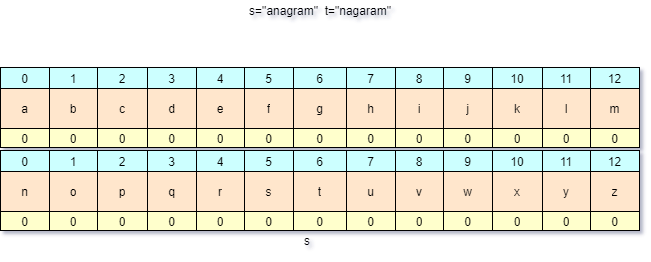
This is LE242.png from DaMingYue/Test, a draw.io export, as it was before one commit. Source tidied: cells renumbered, new cells last; positions are measured from the earlier drawing's top-left corner, leaving out a move shared by most shapes.
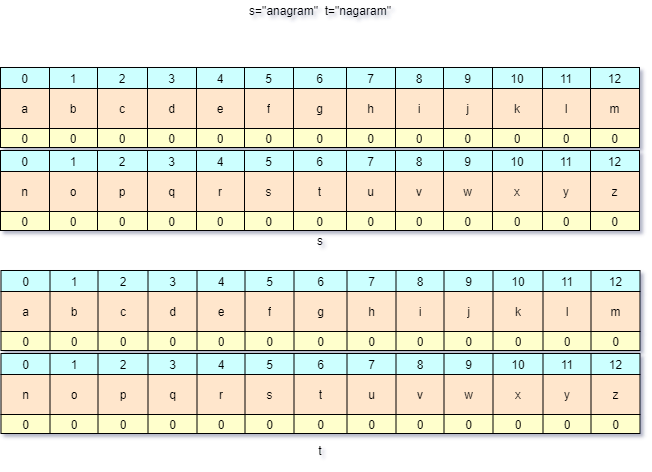
The same diagram one commit later.

Diff of the diagram source:
```diff
@@ -231,7 +231,7 @@
       <mxGeometry x="590" width="49" height="19" as="geometry" />
     </mxCell>
     <mxCell id="78" value="s" style="text;html=1;strokeColor=none;fillColor=none;align=center;verticalAlign=middle;whiteSpace=wrap;rounded=0;" parent="1" vertex="1">
-      <mxGeometry x="287" y="230" width="40" height="20" as="geometry" />
+      <mxGeometry x="299.5" y="230" width="40" height="20" as="geometry" />
     </mxCell>
     <mxCell id="79" style="shape=table;html=1;whiteSpace=wrap;startSize=0;fillColor=#FFE6CC;" parent="1" vertex="1">
       <mxGeometry y="171" width="639" height="40" as="geometry" />
@@ -278,5 +278,278 @@
     <mxCell id="93" value="z" style="shape=partialRectangle;html=1;whiteSpace=wrap;overflow=hidden;fillColor=none;top=0;left=0;bottom=0;right=0;" parent="80" vertex="1">
       <mxGeometry x="590" width="49" height="40" as="geometry" />
     </mxCell>
+    <mxCell id="94" value="t" style="text;html=1;strokeColor=none;fillColor=none;align=center;verticalAlign=middle;whiteSpace=wrap;rounded=0;" parent="1" vertex="1">
+      <mxGeometry x="299.5" y="440" width="40" height="20" as="geometry" />
+    </mxCell>
+    <mxCell id="95" style="shape=table;html=1;whiteSpace=wrap;startSize=0;fillColor=#FFE6CC;" parent="1" vertex="1">
+      <mxGeometry x="0.5" y="291" width="639" height="40" as="geometry" />
+    </mxCell>
+    <mxCell id="96" style="shape=partialRectangle;html=1;whiteSpace=wrap;fillColor=none;top=0;left=0;bottom=0;right=0;" parent="95" vertex="1">
+      <mxGeometry width="639" height="40" as="geometry" />
+    </mxCell>
+    <mxCell id="97" value="a" style="shape=partialRectangle;html=1;whiteSpace=wrap;overflow=hidden;fillColor=none;top=0;left=0;bottom=0;right=0;" parent="96" vertex="1">
+      <mxGeometry width="49" height="40" as="geometry" />
+    </mxCell>
+    <mxCell id="98" value="b" style="shape=partialRectangle;html=1;whiteSpace=wrap;overflow=hidden;fillColor=none;top=0;left=0;bottom=0;right=0;" parent="96" vertex="1">
+      <mxGeometry x="49" width="48" height="40" as="geometry" />
+    </mxCell>
+    <mxCell id="99" value="c" style="shape=partialRectangle;html=1;whiteSpace=wrap;overflow=hidden;fillColor=none;top=0;left=0;bottom=0;right=0;" parent="96" vertex="1">
+      <mxGeometry x="97" width="50" height="40" as="geometry" />
+    </mxCell>
+    <mxCell id="100" value="d" style="shape=partialRectangle;html=1;whiteSpace=wrap;overflow=hidden;fillColor=none;top=0;left=0;bottom=0;right=0;" parent="96" vertex="1">
+      <mxGeometry x="147" width="49" height="40" as="geometry" />
+    </mxCell>
+    <mxCell id="101" value="e" style="shape=partialRectangle;html=1;whiteSpace=wrap;overflow=hidden;fillColor=none;top=0;left=0;bottom=0;right=0;" parent="96" vertex="1">
+      <mxGeometry x="196" width="48" height="40" as="geometry" />
+    </mxCell>
+    <mxCell id="102" value="f" style="shape=partialRectangle;html=1;whiteSpace=wrap;overflow=hidden;fillColor=none;top=0;left=0;bottom=0;right=0;" parent="96" vertex="1">
+      <mxGeometry x="244" width="49" height="40" as="geometry" />
+    </mxCell>
+    <mxCell id="103" value="g" style="shape=partialRectangle;html=1;whiteSpace=wrap;overflow=hidden;fillColor=none;top=0;left=0;bottom=0;right=0;" parent="96" vertex="1">
+      <mxGeometry x="293" width="53" height="40" as="geometry" />
+    </mxCell>
+    <mxCell id="104" value="h" style="shape=partialRectangle;html=1;whiteSpace=wrap;overflow=hidden;fillColor=none;top=0;left=0;bottom=0;right=0;" parent="96" vertex="1">
+      <mxGeometry x="346" width="49" height="40" as="geometry" />
+    </mxCell>
+    <mxCell id="105" value="i" style="shape=partialRectangle;html=1;whiteSpace=wrap;overflow=hidden;fillColor=none;top=0;left=0;bottom=0;right=0;" parent="96" vertex="1">
+      <mxGeometry x="395" width="48" height="40" as="geometry" />
+    </mxCell>
+    <mxCell id="106" value="j" style="shape=partialRectangle;html=1;whiteSpace=wrap;overflow=hidden;fillColor=none;top=0;left=0;bottom=0;right=0;" parent="96" vertex="1">
+      <mxGeometry x="443" width="49" height="40" as="geometry" />
+    </mxCell>
+    <mxCell id="107" value="k" style="shape=partialRectangle;html=1;whiteSpace=wrap;overflow=hidden;fillColor=none;top=0;left=0;bottom=0;right=0;" parent="96" vertex="1">
+      <mxGeometry x="492" width="50" height="40" as="geometry" />
+    </mxCell>
+    <mxCell id="108" value="l" style="shape=partialRectangle;html=1;whiteSpace=wrap;overflow=hidden;fillColor=none;top=0;left=0;bottom=0;right=0;" parent="96" vertex="1">
+      <mxGeometry x="542" width="48" height="40" as="geometry" />
+    </mxCell>
+    <mxCell id="109" value="m" style="shape=partialRectangle;html=1;whiteSpace=wrap;overflow=hidden;fillColor=none;top=0;left=0;bottom=0;right=0;" parent="96" vertex="1">
+      <mxGeometry x="590" width="49" height="40" as="geometry" />
+    </mxCell>
+    <mxCell id="110" style="shape=table;html=1;whiteSpace=wrap;startSize=0;fillColor=#CCFFFF;" parent="1" vertex="1">
+      <mxGeometry x="0.5" y="270" width="639" height="21" as="geometry" />
+    </mxCell>
+    <mxCell id="111" style="shape=partialRectangle;html=1;whiteSpace=wrap;fillColor=none;top=0;left=0;bottom=0;right=0;" parent="110" vertex="1">
+      <mxGeometry width="639" height="21" as="geometry" />
+    </mxCell>
+    <mxCell id="112" value="0" style="shape=partialRectangle;html=1;whiteSpace=wrap;overflow=hidden;fillColor=none;top=0;left=0;bottom=0;right=0;" parent="111" vertex="1">
+      <mxGeometry width="49" height="21" as="geometry" />
+    </mxCell>
+    <mxCell id="113" value="1" style="shape=partialRectangle;html=1;whiteSpace=wrap;overflow=hidden;fillColor=none;top=0;left=0;bottom=0;right=0;" parent="111" vertex="1">
+      <mxGeometry x="49" width="48" height="21" as="geometry" />
+    </mxCell>
+    <mxCell id="114" value="2" style="shape=partialRectangle;html=1;whiteSpace=wrap;overflow=hidden;fillColor=none;top=0;left=0;bottom=0;right=0;" parent="111" vertex="1">
+      <mxGeometry x="97" width="50" height="21" as="geometry" />
+    </mxCell>
+    <mxCell id="115" value="3" style="shape=partialRectangle;html=1;whiteSpace=wrap;overflow=hidden;fillColor=none;top=0;left=0;bottom=0;right=0;" parent="111" vertex="1">
+      <mxGeometry x="147" width="49" height="21" as="geometry" />
+    </mxCell>
+    <mxCell id="116" value="4" style="shape=partialRectangle;html=1;whiteSpace=wrap;overflow=hidden;fillColor=none;top=0;left=0;bottom=0;right=0;" parent="111" vertex="1">
+      <mxGeometry x="196" width="48" height="21" as="geometry" />
+    </mxCell>
+    <mxCell id="117" value="5" style="shape=partialRectangle;html=1;whiteSpace=wrap;overflow=hidden;fillColor=none;top=0;left=0;bottom=0;right=0;" parent="111" vertex="1">
+      <mxGeometry x="244" width="49" height="21" as="geometry" />
+    </mxCell>
+    <mxCell id="118" value="6" style="shape=partialRectangle;html=1;whiteSpace=wrap;overflow=hidden;fillColor=none;top=0;left=0;bottom=0;right=0;" parent="111" vertex="1">
+      <mxGeometry x="293" width="53" height="21" as="geometry" />
+    </mxCell>
+    <mxCell id="119" value="7" style="shape=partialRectangle;html=1;whiteSpace=wrap;overflow=hidden;fillColor=none;top=0;left=0;bottom=0;right=0;" parent="111" vertex="1">
+      <mxGeometry x="346" width="49" height="21" as="geometry" />
+    </mxCell>
+    <mxCell id="120" value="8" style="shape=partialRectangle;html=1;whiteSpace=wrap;overflow=hidden;fillColor=none;top=0;left=0;bottom=0;right=0;" parent="111" vertex="1">
+      <mxGeometry x="395" width="48" height="21" as="geometry" />
+    </mxCell>
+    <mxCell id="121" value="9" style="shape=partialRectangle;html=1;whiteSpace=wrap;overflow=hidden;fillColor=none;top=0;left=0;bottom=0;right=0;" parent="111" vertex="1">
+      <mxGeometry x="443" width="49" height="21" as="geometry" />
+    </mxCell>
+    <mxCell id="122" value="10" style="shape=partialRectangle;html=1;whiteSpace=wrap;overflow=hidden;fillColor=none;top=0;left=0;bottom=0;right=0;" parent="111" vertex="1">
+      <mxGeometry x="492" width="50" height="21" as="geometry" />
+    </mxCell>
+    <mxCell id="123" value="11" style="shape=partialRectangle;html=1;whiteSpace=wrap;overflow=hidden;fillColor=none;top=0;left=0;bottom=0;right=0;" parent="111" vertex="1">
+      <mxGeometry x="542" width="48" height="21" as="geometry" />
+    </mxCell>
+    <mxCell id="124" value="12" style="shape=partialRectangle;html=1;whiteSpace=wrap;overflow=hidden;fillColor=none;top=0;left=0;bottom=0;right=0;" parent="111" vertex="1">
+      <mxGeometry x="590" width="49" height="21" as="geometry" />
+    </mxCell>
+    <mxCell id="125" style="shape=table;html=1;whiteSpace=wrap;startSize=0;fillColor=#FFFFCC;" parent="1" vertex="1">
+      <mxGeometry x="0.5" y="331" width="639" height="19" as="geometry" />
+    </mxCell>
+    <mxCell id="126" style="shape=partialRectangle;html=1;whiteSpace=wrap;fillColor=none;top=0;left=0;bottom=0;right=0;" parent="125" vertex="1">
+      <mxGeometry width="639" height="19" as="geometry" />
+    </mxCell>
+    <mxCell id="127" value="0" style="shape=partialRectangle;html=1;whiteSpace=wrap;overflow=hidden;fillColor=none;top=0;left=0;bottom=0;right=0;" parent="126" vertex="1">
+      <mxGeometry width="49" height="19" as="geometry" />
+    </mxCell>
+    <mxCell id="128" value="0" style="shape=partialRectangle;html=1;whiteSpace=wrap;overflow=hidden;fillColor=none;top=0;left=0;bottom=0;right=0;" parent="126" vertex="1">
+      <mxGeometry x="49" width="48" height="19" as="geometry" />
+    </mxCell>
+    <mxCell id="129" value="0" style="shape=partialRectangle;html=1;whiteSpace=wrap;overflow=hidden;fillColor=none;top=0;left=0;bottom=0;right=0;" parent="126" vertex="1">
+      <mxGeometry x="97" width="50" height="19" as="geometry" />
+    </mxCell>
+    <mxCell id="130" value="0" style="shape=partialRectangle;html=1;whiteSpace=wrap;overflow=hidden;fillColor=none;top=0;left=0;bottom=0;right=0;" parent="126" vertex="1">
+      <mxGeometry x="147" width="49" height="19" as="geometry" />
+    </mxCell>
+    <mxCell id="131" value="0" style="shape=partialRectangle;html=1;whiteSpace=wrap;overflow=hidden;fillColor=none;top=0;left=0;bottom=0;right=0;" parent="126" vertex="1">
+      <mxGeometry x="196" width="48" height="19" as="geometry" />
+    </mxCell>
+    <mxCell id="132" value="0" style="shape=partialRectangle;html=1;whiteSpace=wrap;overflow=hidden;fillColor=none;top=0;left=0;bottom=0;right=0;" parent="126" vertex="1">
+      <mxGeometry x="244" width="49" height="19" as="geometry" />
+    </mxCell>
+    <mxCell id="133" value="0" style="shape=partialRectangle;html=1;whiteSpace=wrap;overflow=hidden;fillColor=none;top=0;left=0;bottom=0;right=0;" parent="126" vertex="1">
+      <mxGeometry x="293" width="53" height="19" as="geometry" />
+    </mxCell>
+    <mxCell id="134" value="0" style="shape=partialRectangle;html=1;whiteSpace=wrap;overflow=hidden;fillColor=none;top=0;left=0;bottom=0;right=0;" parent="126" vertex="1">
+      <mxGeometry x="346" width="49" height="19" as="geometry" />
+    </mxCell>
+    <mxCell id="135" value="0" style="shape=partialRectangle;html=1;whiteSpace=wrap;overflow=hidden;fillColor=none;top=0;left=0;bottom=0;right=0;" parent="126" vertex="1">
+      <mxGeometry x="395" width="48" height="19" as="geometry" />
+    </mxCell>
+    <mxCell id="136" value="0" style="shape=partialRectangle;html=1;whiteSpace=wrap;overflow=hidden;fillColor=none;top=0;left=0;bottom=0;right=0;" parent="126" vertex="1">
+      <mxGeometry x="443" width="49" height="19" as="geometry" />
+    </mxCell>
+    <mxCell id="137" value="0" style="shape=partialRectangle;html=1;whiteSpace=wrap;overflow=hidden;fillColor=none;top=0;left=0;bottom=0;right=0;" parent="126" vertex="1">
+      <mxGeometry x="492" width="50" height="19" as="geometry" />
+    </mxCell>
+    <mxCell id="138" value="0" style="shape=partialRectangle;html=1;whiteSpace=wrap;overflow=hidden;fillColor=none;top=0;left=0;bottom=0;right=0;" parent="126" vertex="1">
+      <mxGeometry x="542" width="48" height="19" as="geometry" />
+    </mxCell>
+    <mxCell id="139" value="0" style="shape=partialRectangle;html=1;whiteSpace=wrap;overflow=hidden;fillColor=none;top=0;left=0;bottom=0;right=0;" parent="126" vertex="1">
+      <mxGeometry x="590" width="49" height="19" as="geometry" />
+    </mxCell>
+    <mxCell id="140" style="shape=table;html=1;whiteSpace=wrap;startSize=0;fillColor=#CCFFFF;" parent="1" vertex="1">
+      <mxGeometry x="0.5" y="353" width="639" height="21" as="geometry" />
+    </mxCell>
+    <mxCell id="141" style="shape=partialRectangle;html=1;whiteSpace=wrap;fillColor=none;top=0;left=0;bottom=0;right=0;" parent="140" vertex="1">
+      <mxGeometry width="639" height="21" as="geometry" />
+    </mxCell>
+    <mxCell id="142" value="0" style="shape=partialRectangle;html=1;whiteSpace=wrap;overflow=hidden;fillColor=none;top=0;left=0;bottom=0;right=0;" parent="141" vertex="1">
+      <mxGeometry width="49" height="21" as="geometry" />
+    </mxCell>
+    <mxCell id="143" value="1" style="shape=partialRectangle;html=1;whiteSpace=wrap;overflow=hidden;fillColor=none;top=0;left=0;bottom=0;right=0;" parent="141" vertex="1">
+      <mxGeometry x="49" width="48" height="21" as="geometry" />
+    </mxCell>
+    <mxCell id="144" value="2" style="shape=partialRectangle;html=1;whiteSpace=wrap;overflow=hidden;fillColor=none;top=0;left=0;bottom=0;right=0;" parent="141" vertex="1">
+      <mxGeometry x="97" width="50" height="21" as="geometry" />
+    </mxCell>
+    <mxCell id="145" value="3" style="shape=partialRectangle;html=1;whiteSpace=wrap;overflow=hidden;fillColor=none;top=0;left=0;bottom=0;right=0;" parent="141" vertex="1">
+      <mxGeometry x="147" width="49" height="21" as="geometry" />
+    </mxCell>
+    <mxCell id="146" value="4" style="shape=partialRectangle;html=1;whiteSpace=wrap;overflow=hidden;fillColor=none;top=0;left=0;bottom=0;right=0;" parent="141" vertex="1">
+      <mxGeometry x="196" width="48" height="21" as="geometry" />
+    </mxCell>
+    <mxCell id="147" value="5" style="shape=partialRectangle;html=1;whiteSpace=wrap;overflow=hidden;fillColor=none;top=0;left=0;bottom=0;right=0;" parent="141" vertex="1">
+      <mxGeometry x="244" width="49" height="21" as="geometry" />
+    </mxCell>
+    <mxCell id="148" value="6" style="shape=partialRectangle;html=1;whiteSpace=wrap;overflow=hidden;fillColor=none;top=0;left=0;bottom=0;right=0;" parent="141" vertex="1">
+      <mxGeometry x="293" width="53" height="21" as="geometry" />
+    </mxCell>
+    <mxCell id="149" value="7" style="shape=partialRectangle;html=1;whiteSpace=wrap;overflow=hidden;fillColor=none;top=0;left=0;bottom=0;right=0;" parent="141" vertex="1">
+      <mxGeometry x="346" width="49" height="21" as="geometry" />
+    </mxCell>
+    <mxCell id="150" value="8" style="shape=partialRectangle;html=1;whiteSpace=wrap;overflow=hidden;fillColor=none;top=0;left=0;bottom=0;right=0;" parent="141" vertex="1">
+      <mxGeometry x="395" width="48" height="21" as="geometry" />
+    </mxCell>
+    <mxCell id="151" value="9" style="shape=partialRectangle;html=1;whiteSpace=wrap;overflow=hidden;fillColor=none;top=0;left=0;bottom=0;right=0;" parent="141" vertex="1">
+      <mxGeometry x="443" width="49" height="21" as="geometry" />
+    </mxCell>
+    <mxCell id="152" value="10" style="shape=partialRectangle;html=1;whiteSpace=wrap;overflow=hidden;fillColor=none;top=0;left=0;bottom=0;right=0;" parent="141" vertex="1">
+      <mxGeometry x="492" width="50" height="21" as="geometry" />
+    </mxCell>
+    <mxCell id="153" value="11" style="shape=partialRectangle;html=1;whiteSpace=wrap;overflow=hidden;fillColor=none;top=0;left=0;bottom=0;right=0;" parent="141" vertex="1">
+      <mxGeometry x="542" width="48" height="21" as="geometry" />
+    </mxCell>
+    <mxCell id="154" value="12" style="shape=partialRectangle;html=1;whiteSpace=wrap;overflow=hidden;fillColor=none;top=0;left=0;bottom=0;right=0;" parent="141" vertex="1">
+      <mxGeometry x="590" width="49" height="21" as="geometry" />
+    </mxCell>
+    <mxCell id="155" style="shape=table;html=1;whiteSpace=wrap;startSize=0;fillColor=#FFFFCC;" parent="1" vertex="1">
+      <mxGeometry x="0.5" y="414" width="639" height="19" as="geometry" />
+    </mxCell>
+    <mxCell id="156" style="shape=partialRectangle;html=1;whiteSpace=wrap;fillColor=none;top=0;left=0;bottom=0;right=0;" parent="155" vertex="1">
+      <mxGeometry width="639" height="19" as="geometry" />
+    </mxCell>
+    <mxCell id="157" value="0" style="shape=partialRectangle;html=1;whiteSpace=wrap;overflow=hidden;fillColor=none;top=0;left=0;bottom=0;right=0;" parent="156" vertex="1">
+      <mxGeometry width="49" height="19" as="geometry" />
+    </mxCell>
+    <mxCell id="158" value="0" style="shape=partialRectangle;html=1;whiteSpace=wrap;overflow=hidden;fillColor=none;top=0;left=0;bottom=0;right=0;" parent="156" vertex="1">
+      <mxGeometry x="49" width="48" height="19" as="geometry" />
+    </mxCell>
+    <mxCell id="159" value="0" style="shape=partialRectangle;html=1;whiteSpace=wrap;overflow=hidden;fillColor=none;top=0;left=0;bottom=0;right=0;" parent="156" vertex="1">
+      <mxGeometry x="97" width="50" height="19" as="geometry" />
+    </mxCell>
+    <mxCell id="160" value="0" style="shape=partialRectangle;html=1;whiteSpace=wrap;overflow=hidden;fillColor=none;top=0;left=0;bottom=0;right=0;" parent="156" vertex="1">
+      <mxGeometry x="147" width="49" height="19" as="geometry" />
+    </mxCell>
+    <mxCell id="161" value="0" style="shape=partialRectangle;html=1;whiteSpace=wrap;overflow=hidden;fillColor=none;top=0;left=0;bottom=0;right=0;" parent="156" vertex="1">
+      <mxGeometry x="196" width="48" height="19" as="geometry" />
+    </mxCell>
+    <mxCell id="162" value="0" style="shape=partialRectangle;html=1;whiteSpace=wrap;overflow=hidden;fillColor=none;top=0;left=0;bottom=0;right=0;" parent="156" vertex="1">
+      <mxGeometry x="244" width="49" height="19" as="geometry" />
+    </mxCell>
+    <mxCell id="163" value="0" style="shape=partialRectangle;html=1;whiteSpace=wrap;overflow=hidden;fillColor=none;top=0;left=0;bottom=0;right=0;" parent="156" vertex="1">
+      <mxGeometry x="293" width="53" height="19" as="geometry" />
+    </mxCell>
+    <mxCell id="164" value="0" style="shape=partialRectangle;html=1;whiteSpace=wrap;overflow=hidden;fillColor=none;top=0;left=0;bottom=0;right=0;" parent="156" vertex="1">
+      <mxGeometry x="346" width="49" height="19" as="geometry" />
+    </mxCell>
+    <mxCell id="165" value="0" style="shape=partialRectangle;html=1;whiteSpace=wrap;overflow=hidden;fillColor=none;top=0;left=0;bottom=0;right=0;" parent="156" vertex="1">
+      <mxGeometry x="395" width="48" height="19" as="geometry" />
+    </mxCell>
+    <mxCell id="166" value="0" style="shape=partialRectangle;html=1;whiteSpace=wrap;overflow=hidden;fillColor=none;top=0;left=0;bottom=0;right=0;" parent="156" vertex="1">
+      <mxGeometry x="443" width="49" height="19" as="geometry" />
+    </mxCell>
+    <mxCell id="167" value="0" style="shape=partialRectangle;html=1;whiteSpace=wrap;overflow=hidden;fillColor=none;top=0;left=0;bottom=0;right=0;" parent="156" vertex="1">
+      <mxGeometry x="492" width="50" height="19" as="geometry" />
+    </mxCell>
+    <mxCell id="168" value="0" style="shape=partialRectangle;html=1;whiteSpace=wrap;overflow=hidden;fillColor=none;top=0;left=0;bottom=0;right=0;" parent="156" vertex="1">
+      <mxGeometry x="542" width="48" height="19" as="geometry" />
+    </mxCell>
+    <mxCell id="169" value="0" style="shape=partialRectangle;html=1;whiteSpace=wrap;overflow=hidden;fillColor=none;top=0;left=0;bottom=0;right=0;" parent="156" vertex="1">
+      <mxGeometry x="590" width="49" height="19" as="geometry" />
+    </mxCell>
+    <mxCell id="170" style="shape=table;html=1;whiteSpace=wrap;startSize=0;fillColor=#FFE6CC;" parent="1" vertex="1">
+      <mxGeometry x="0.5" y="374" width="639" height="40" as="geometry" />
+    </mxCell>
+    <mxCell id="171" style="shape=partialRectangle;html=1;whiteSpace=wrap;fillColor=none;top=0;left=0;bottom=0;right=0;" parent="170" vertex="1">
+      <mxGeometry width="639" height="40" as="geometry" />
+    </mxCell>
+    <mxCell id="172" value="n" style="shape=partialRectangle;html=1;whiteSpace=wrap;overflow=hidden;fillColor=none;top=0;left=0;bottom=0;right=0;" parent="171" vertex="1">
+      <mxGeometry width="49" height="40" as="geometry" />
+    </mxCell>
+    <mxCell id="173" value="o" style="shape=partialRectangle;html=1;whiteSpace=wrap;overflow=hidden;fillColor=none;top=0;left=0;bottom=0;right=0;" parent="171" vertex="1">
+      <mxGeometry x="49" width="48" height="40" as="geometry" />
+    </mxCell>
+    <mxCell id="174" value="p" style="shape=partialRectangle;html=1;whiteSpace=wrap;overflow=hidden;fillColor=none;top=0;left=0;bottom=0;right=0;" parent="171" vertex="1">
+      <mxGeometry x="97" width="50" height="40" as="geometry" />
+    </mxCell>
+    <mxCell id="175" value="q" style="shape=partialRectangle;html=1;whiteSpace=wrap;overflow=hidden;fillColor=none;top=0;left=0;bottom=0;right=0;" parent="171" vertex="1">
+      <mxGeometry x="147" width="49" height="40" as="geometry" />
+    </mxCell>
+    <mxCell id="176" value="r" style="shape=partialRectangle;html=1;whiteSpace=wrap;overflow=hidden;fillColor=none;top=0;left=0;bottom=0;right=0;" parent="171" vertex="1">
+      <mxGeometry x="196" width="48" height="40" as="geometry" />
+    </mxCell>
+    <mxCell id="177" value="s" style="shape=partialRectangle;html=1;whiteSpace=wrap;overflow=hidden;fillColor=none;top=0;left=0;bottom=0;right=0;" parent="171" vertex="1">
+      <mxGeometry x="244" width="49" height="40" as="geometry" />
+    </mxCell>
+    <mxCell id="178" value="t" style="shape=partialRectangle;html=1;whiteSpace=wrap;overflow=hidden;fillColor=none;top=0;left=0;bottom=0;right=0;" parent="171" vertex="1">
+      <mxGeometry x="293" width="53" height="40" as="geometry" />
+    </mxCell>
+    <mxCell id="179" value="u" style="shape=partialRectangle;html=1;whiteSpace=wrap;overflow=hidden;fillColor=none;top=0;left=0;bottom=0;right=0;" parent="171" vertex="1">
+      <mxGeometry x="346" width="49" height="40" as="geometry" />
+    </mxCell>
+    <mxCell id="180" value="v" style="shape=partialRectangle;html=1;whiteSpace=wrap;overflow=hidden;fillColor=none;top=0;left=0;bottom=0;right=0;" parent="171" vertex="1">
+      <mxGeometry x="395" width="48" height="40" as="geometry" />
+    </mxCell>
+    <mxCell id="181" value="w" style="shape=partialRectangle;html=1;whiteSpace=wrap;overflow=hidden;fillColor=none;top=0;left=0;bottom=0;right=0;" parent="171" vertex="1">
+      <mxGeometry x="443" width="49" height="40" as="geometry" />
+    </mxCell>
+    <mxCell id="182" value="x" style="shape=partialRectangle;html=1;whiteSpace=wrap;overflow=hidden;fillColor=none;top=0;left=0;bottom=0;right=0;" parent="171" vertex="1">
+      <mxGeometry x="492" width="50" height="40" as="geometry" />
+    </mxCell>
+    <mxCell id="183" value="y" style="shape=partialRectangle;html=1;whiteSpace=wrap;overflow=hidden;fillColor=none;top=0;left=0;bottom=0;right=0;" parent="171" vertex="1">
+      <mxGeometry x="542" width="48" height="40" as="geometry" />
+    </mxCell>
+    <mxCell id="184" value="z" style="shape=partialRectangle;html=1;whiteSpace=wrap;overflow=hidden;fillColor=none;top=0;left=0;bottom=0;right=0;" parent="171" vertex="1">
+      <mxGeometry x="590" width="49" height="40" as="geometry" />
+    </mxCell>
   </root>
 </mxGraphModel>
```
